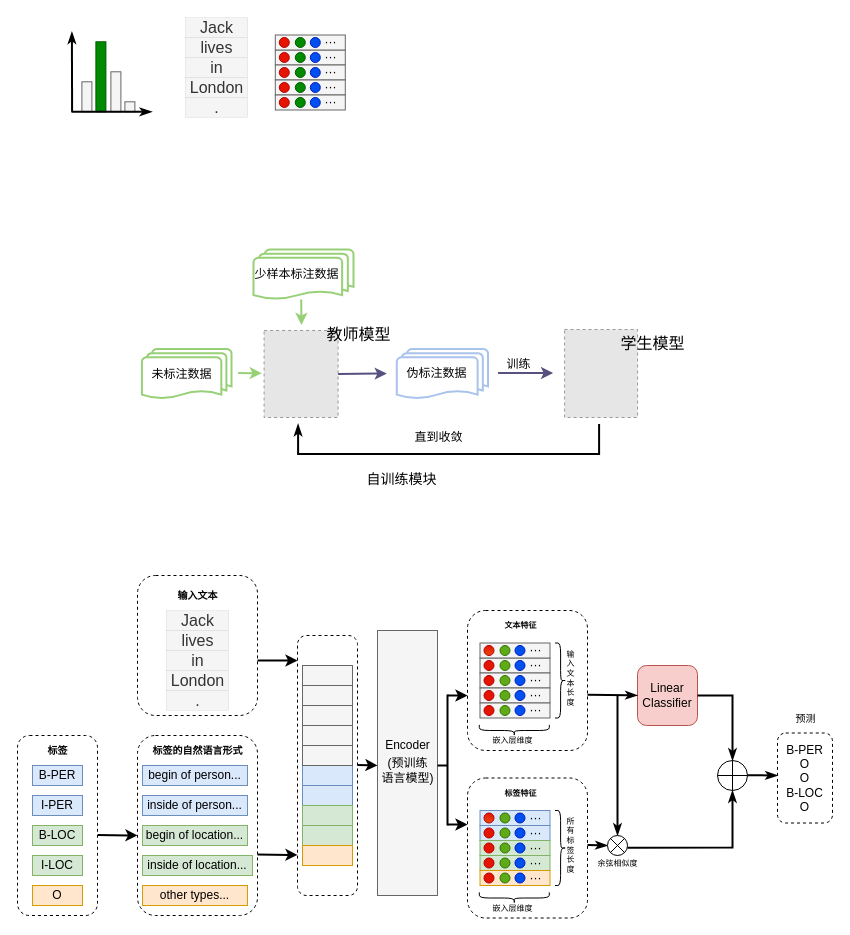
Earlier version of the draw.io diagram drawio/基于提示和自训练.drawio (Ryan-xsh/first). Source tidied: cells renumbered, new cells numbered last; positions are measured from the earlier drawing's top-left corner, leaving out a move shared by most shapes. Both pictures are drawn from the tidied source at 100%, with x=0, y=0 at pixel (17, 17). Pictures stored in the file or linked from it are replaced by grey dashed boxes.
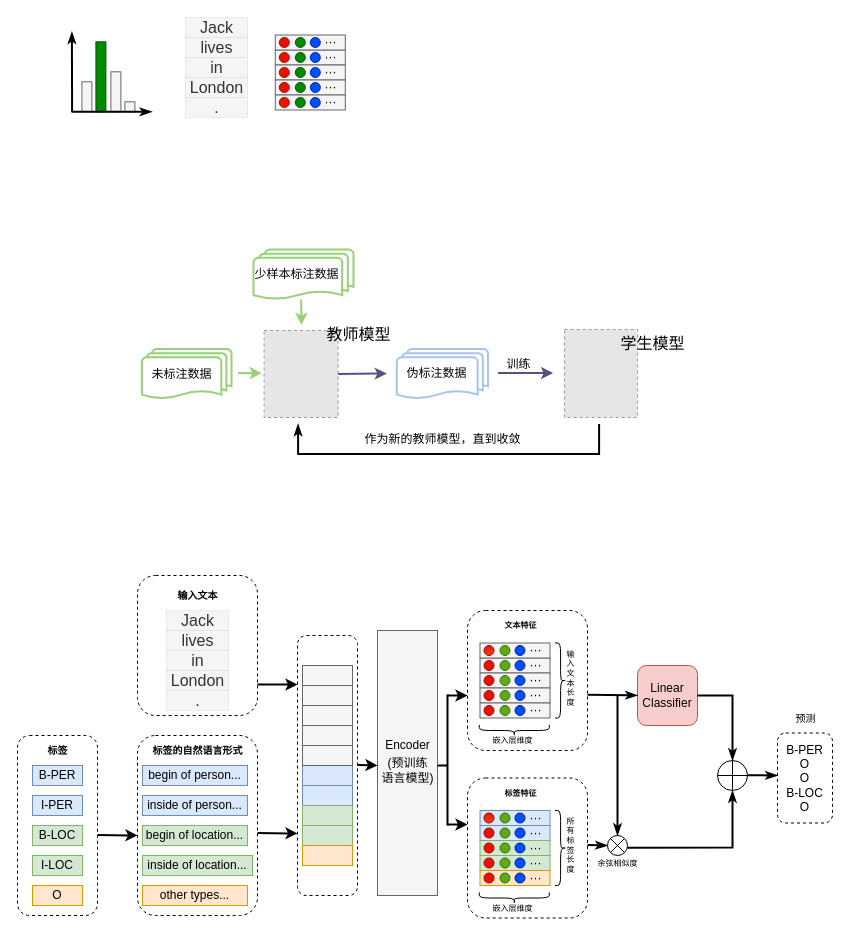
The same diagram, later.

Commit message:
更新基于提示和自训练.drawio

The edit, as a diff of the source:
```diff
@@
     <mxCell id="26" style="endArrow=classic;html=1;rounded=0;strokeWidth=2;" parent="1" edge="1">
       <mxGeometry relative="1" as="geometry">
-        <mxPoint x="240" y="837" as="sourcePoint" />
-        <mxPoint x="280" y="837.5" as="targetPoint" />
+        <mxPoint x="240" y="815.5" as="sourcePoint" />
+        <mxPoint x="280" y="816" as="targetPoint" />
       </mxGeometry>
     </mxCell>
@@
     <mxCell id="50" style="endArrow=classic;html=1;rounded=0;strokeWidth=2;" parent="1" edge="1">
       <mxGeometry relative="1" as="geometry">
-        <mxPoint x="240" y="643" as="sourcePoint" />
-        <mxPoint x="280" y="643" as="targetPoint" />
+        <mxPoint x="240" y="667" as="sourcePoint" />
+        <mxPoint x="280" y="667" as="targetPoint" />
       </mxGeometry>
     </mxCell>
@@
-    <mxCell id="156" value="自训练模块" style="text;html=1;align=center;verticalAlign=middle;strokeColor=none;fillColor=none;fontSize=14;" parent="1" vertex="1">
-      <mxGeometry x="339.3" y="446.5" width="90" height="30" as="geometry" />
-    </mxCell>
@@
-    <mxCell id="173" value="直到收敛" style="text;html=1;align=center;verticalAlign=middle;strokeColor=none;fillColor=none;" parent="1" vertex="1">
-      <mxGeometry x="385.6" y="404.5" width="70" height="30" as="geometry" />
-    </mxCell>
+    <mxCell id="174" value="作为新的教师模型，直到收敛" style="text;html=1;align=center;verticalAlign=middle;strokeColor=none;fillColor=none;" parent="1" vertex="1">
+      <mxGeometry x="338" y="409" width="174" height="26" as="geometry" />
+    </mxCell>
```
